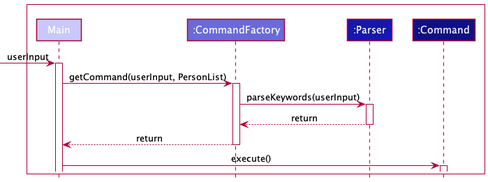
This is docs/images/CommandFactorySequence.png from nus-cs2113-AY2122S2/tp, a PlantUML export, as it was before one commit.
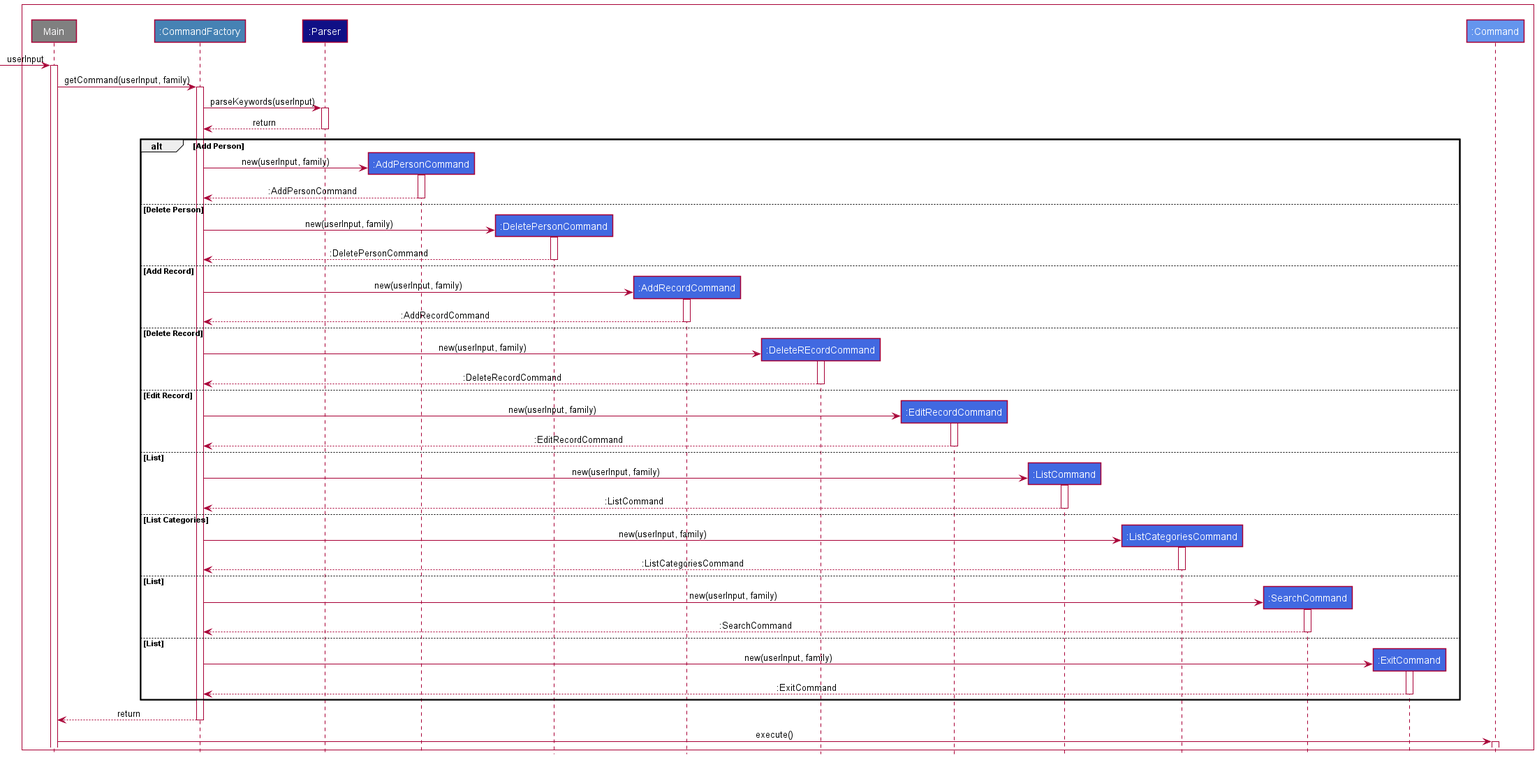
After the commit.

What changed in the source:
```diff
@@ -2,21 +2,84 @@
 !include style.puml
 
 Box " "#WHITE
-    participant Main LOGIC_COLOR_T1
-    participant ":CommandFactory" as CommandFactory LOGIC_COLOR_T2
-    participant ":Parser" as Parser LOGIC_COLOR_T3
-    participant ":Command" as Command LOGIC_COLOR_T4
-
+    participant Main #grey
+    participant ":CommandFactory" as CommandFactory COMMAND_COLOR
+    participant ":Parser" as Parser LOGIC_COLOR
+    participant ":AddPersonCommand" as AddPersonCommand COMMAND_COLOR_T1
+    participant ":DeletePersonCommand" as DeletePersonCommand COMMAND_COLOR_T1
+    participant ":AddRecordCommand" as AddRecordCommand COMMAND_COLOR_T1
+    participant ":DeleteREcordCommand" as DeleteRecordCommand COMMAND_COLOR_T1
+    participant ":EditRecordCommand" as EditRecordCommand COMMAND_COLOR_T1
+    participant ":ListCommand" as ListCommand COMMAND_COLOR_T1
+    participant ":ListCategoriesCommand" as ListCategoriesCommand COMMAND_COLOR_T1
+    participant ":SearchCommand" as SearchCommand COMMAND_COLOR_T1
+    participant ":ExitCommand" as ExitCommand COMMAND_COLOR_T1
+    participant ":Command" as Command COMMAND_COLOR_T3
 end Box
 
 -> Main: userInput
 activate Main
-Main -> CommandFactory: getCommand(userInput, PersonList)
+Main -> CommandFactory: getCommand(userInput, family)
 activate CommandFactory
 CommandFactory -> Parser: parseKeywords(userInput)
 activate Parser
 Parser --> CommandFactory: return
 deactivate Parser
+alt Add Person
+    create AddPersonCommand
+    CommandFactory -> AddPersonCommand: new(userInput, family)
+    activate AddPersonCommand
+    AddPersonCommand --> CommandFactory: :AddPersonCommand
+    deactivate AddPersonCommand
+else Delete Person
+     create DeletePersonCommand
+     CommandFactory -> DeletePersonCommand: new(userInput, family)
+     activate DeletePersonCommand
+     DeletePersonCommand --> CommandFactory: :DeletePersonCommand
+     deactivate DeletePersonCommand
+else Add Record
+    create AddRecordCommand
+    CommandFactory -> AddRecordCommand: new(userInput, family)
+    activate AddRecordCommand
+    AddRecordCommand --> CommandFactory: :AddRecordCommand
+    deactivate AddRecordCommand
+else Delete Record
+    create DeleteRecordCommand
+    CommandFactory -> DeleteRecordCommand: new(userInput, family)
+    activate DeleteRecordCommand
+    DeleteRecordCommand --> CommandFactory: :DeleteRecordCommand
+    deactivate DeleteRecordCommand
+else Edit Record
+    create EditRecordCommand
+    CommandFactory -> EditRecordCommand: new(userInput, family)
+    activate EditRecordCommand
+    EditRecordCommand --> CommandFactory: :EditRecordCommand
+    deactivate EditRecordCommand
+else List
+    create ListCommand
+    CommandFactory -> ListCommand: new(userInput, family)
+    activate ListCommand
+    ListCommand --> CommandFactory: :ListCommand
+    deactivate ListCommand
+else List Categories
+    create ListCategoriesCommand
+    CommandFactory -> ListCategoriesCommand: new(userInput, family)
+    activate ListCategoriesCommand
+    ListCategoriesCommand --> CommandFactory: :ListCategoriesCommand
+    deactivate ListCategoriesCommand
+else List
+    create SearchCommand
+    CommandFactory -> SearchCommand: new(userInput, family)
+    activate SearchCommand
+    SearchCommand --> CommandFactory: :SearchCommand
+    deactivate SearchCommand
+else List
+    create ExitCommand
+    CommandFactory -> ExitCommand: new(userInput, family)
+    activate ExitCommand
+    ExitCommand --> CommandFactory: :ExitCommand
+    deactivate ExitCommand
+end
 CommandFactory --> Main: return
 deactivate CommandFactory
 Main -> Command: execute()
```
